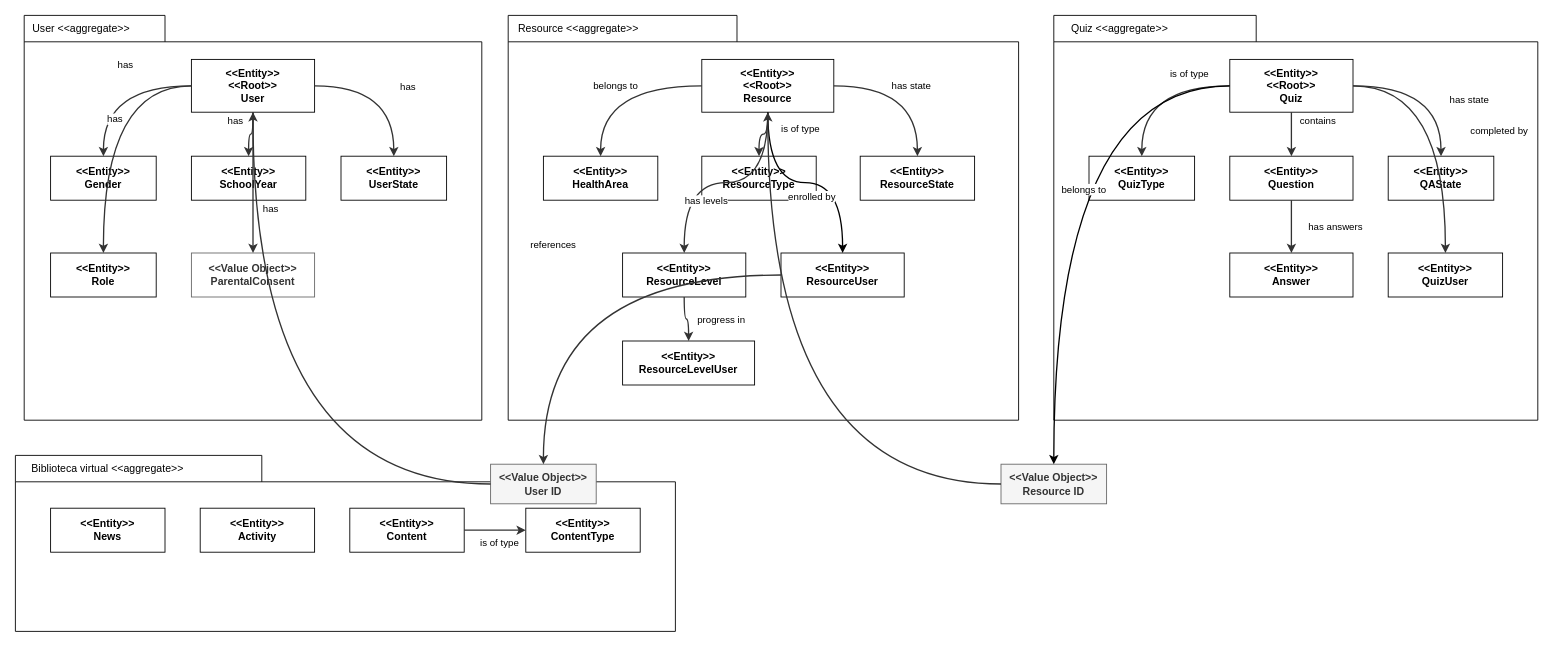
Before: docs/diagramas/modelo_dominio.drawio in tskxz/ALFAS, a draw.io diagram. Source tidied: cells renumbered, new cells numbered last; positions are measured from the earlier drawing's top-left corner, leaving out a move shared by most shapes. Both pictures are drawn from the tidied source at 88%, with x=0, y=0 at pixel (15, 15).
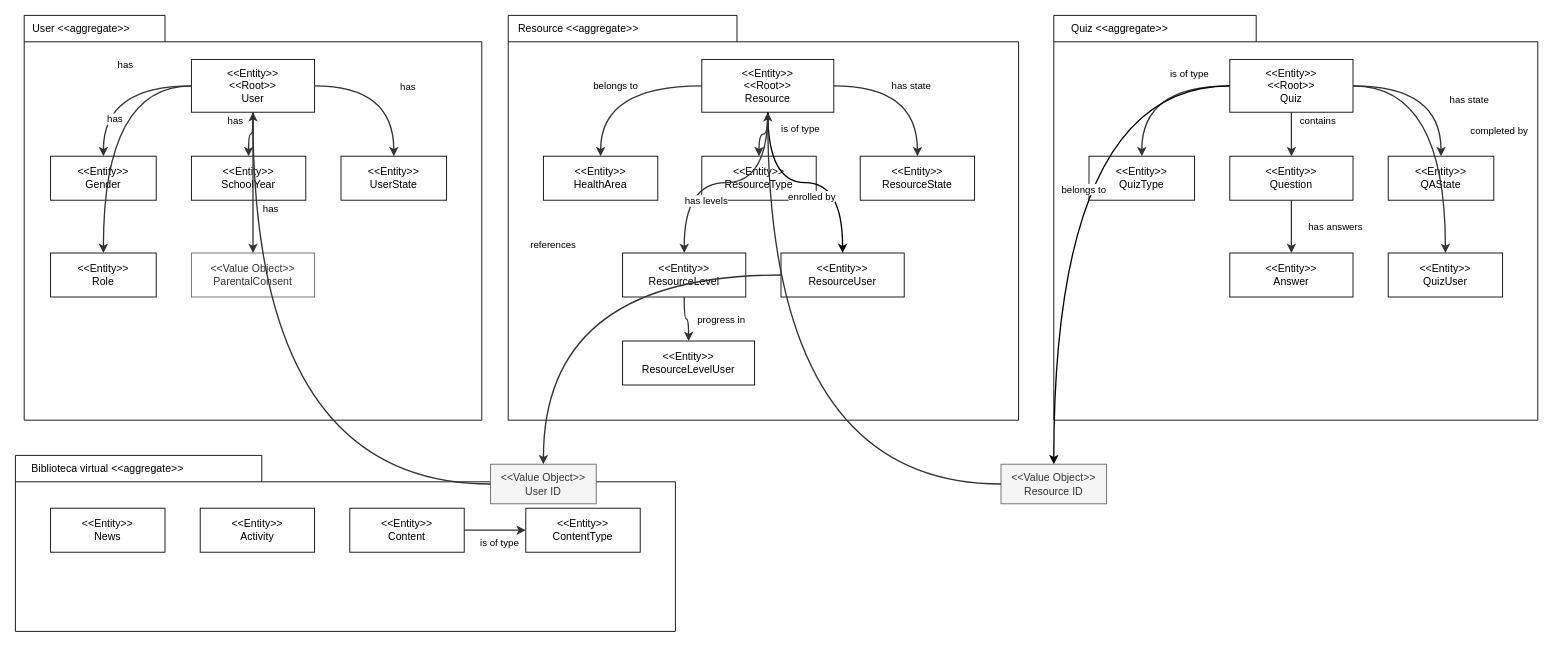
The same page after the edit.

Unchanged cells that the change refers to:
```xml
<mxCell id="2" style="shape=folder;fontStyle=1;tabWidth=160;tabHeight=30;tabPosition=left;html=1;whiteSpace=wrap;verticalAlign=top;align=left;spacingLeft=10;spacingTop=5;fillColor=none;fontColor=light-dark(#FFFFFF,#000000);strokeColor=default;" parent="1" vertex="1">
  <mxGeometry x="10" width="520" height="460" as="geometry" />
</mxCell>
<mxCell id="9" style="shape=folder;fontStyle=1;tabWidth=260;tabHeight=30;tabPosition=left;html=1;whiteSpace=wrap;fillColor=none;strokeColor=default;verticalAlign=top;align=left;spacingLeft=10;spacingTop=5;" parent="1" vertex="1">
  <mxGeometry x="560" width="580" height="460" as="geometry" />
</mxCell>
<mxCell id="17" style="shape=folder;fontStyle=1;tabWidth=230;tabHeight=30;tabPosition=left;html=1;whiteSpace=wrap;fillColor=none;strokeColor=default;verticalAlign=top;align=left;spacingLeft=10;spacingTop=5;" parent="1" vertex="1">
  <mxGeometry x="1180" width="550" height="460" as="geometry" />
</mxCell>
<mxCell id="24" style="shape=folder;fontStyle=1;tabWidth=280;tabHeight=30;tabPosition=left;html=1;whiteSpace=wrap;fillColor=none;strokeColor=default;verticalAlign=top;align=left;spacingLeft=10;spacingTop=5;" parent="1" vertex="1">
  <mxGeometry y="500" width="750" height="200" as="geometry" />
</mxCell>
```

Change to the diagram source:
```diff
@@
-    <mxCell id="3" value="&lt;b&gt;&amp;lt;&amp;lt;Entity&amp;gt;&amp;gt;&lt;br&gt;&amp;lt;&amp;lt;Root&amp;gt;&amp;gt;&lt;/b&gt;&lt;br&gt;&lt;b&gt;User&lt;/b&gt;" style="rounded=0;whiteSpace=wrap;html=1;align=center;verticalAlign=middle;" parent="2" vertex="1">
+    <mxCell id="3" value="&amp;lt;&amp;lt;Entity&amp;gt;&amp;gt;&lt;br&gt;&amp;lt;&amp;lt;Root&amp;gt;&amp;gt;&lt;br&gt;User" style="rounded=0;whiteSpace=wrap;html=1;align=center;verticalAlign=middle;" parent="2" vertex="1">
       <mxGeometry x="190" y="50" width="140" height="60" as="geometry" />
     </mxCell>
-    <mxCell id="4" value="&lt;b&gt;&amp;lt;&amp;lt;Entity&amp;gt;&amp;gt;&lt;/b&gt;&lt;br&gt;&lt;b&gt;Gender&lt;/b&gt;" style="rounded=0;whiteSpace=wrap;html=1;fillColor=default;fontColor=#000000;strokeColor=default;align=center;verticalAlign=middle;" parent="2" vertex="1">
+    <mxCell id="4" value="&amp;lt;&amp;lt;Entity&amp;gt;&amp;gt;&lt;br&gt;Gender" style="rounded=0;whiteSpace=wrap;html=1;fillColor=default;fontColor=#000000;strokeColor=default;align=center;verticalAlign=middle;" parent="2" vertex="1">
       <mxGeometry x="30" y="160" width="120" height="50" as="geometry" />
     </mxCell>
-    <mxCell id="5" value="&lt;b&gt;&amp;lt;&amp;lt;Entity&amp;gt;&amp;gt;&lt;/b&gt;&lt;br&gt;&lt;b&gt;SchoolYear&lt;/b&gt;" style="rounded=0;whiteSpace=wrap;html=1;fillColor=default;fontColor=#000000;strokeColor=default;align=center;verticalAlign=middle;" parent="2" vertex="1">
+    <mxCell id="5" value="&amp;lt;&amp;lt;Entity&amp;gt;&amp;gt;&lt;br&gt;SchoolYear" style="rounded=0;whiteSpace=wrap;html=1;fillColor=default;fontColor=#000000;strokeColor=default;align=center;verticalAlign=middle;" parent="2" vertex="1">
       <mxGeometry x="190" y="160" width="130" height="50" as="geometry" />
     </mxCell>
-    <mxCell id="6" value="&lt;b&gt;&amp;lt;&amp;lt;Entity&amp;gt;&amp;gt;&lt;/b&gt;&lt;br&gt;&lt;b&gt;UserState&lt;/b&gt;" style="rounded=0;whiteSpace=wrap;html=1;fillColor=default;fontColor=#000000;strokeColor=default;align=center;verticalAlign=middle;" parent="2" vertex="1">
+    <mxCell id="6" value="&amp;lt;&amp;lt;Entity&amp;gt;&amp;gt;&lt;br&gt;UserState" style="rounded=0;whiteSpace=wrap;html=1;fillColor=default;fontColor=#000000;strokeColor=default;align=center;verticalAlign=middle;" parent="2" vertex="1">
       <mxGeometry x="360" y="160" width="120" height="50" as="geometry" />
     </mxCell>
-    <mxCell id="7" value="&lt;b&gt;&amp;lt;&amp;lt;Entity&amp;gt;&amp;gt;&lt;/b&gt;&lt;br&gt;&lt;b&gt;Role&lt;/b&gt;" style="rounded=0;whiteSpace=wrap;html=1;fillColor=default;fontColor=#000000;strokeColor=default;align=center;verticalAlign=middle;" parent="2" vertex="1">
+    <mxCell id="7" value="&amp;lt;&amp;lt;Entity&amp;gt;&amp;gt;&lt;br&gt;Role" style="rounded=0;whiteSpace=wrap;html=1;fillColor=default;fontColor=#000000;strokeColor=default;align=center;verticalAlign=middle;" parent="2" vertex="1">
       <mxGeometry x="30" y="270" width="120" height="50" as="geometry" />
     </mxCell>
-    <mxCell id="8" value="&lt;b&gt;&amp;lt;&amp;lt;Value Object&amp;gt;&amp;gt;&lt;/b&gt;&lt;br&gt;&lt;b&gt;ParentalConsent&lt;/b&gt;" style="rounded=0;whiteSpace=wrap;html=1;fillColor=default;fontColor=#333333;strokeColor=#666666;align=center;verticalAlign=middle;" parent="2" vertex="1">
+    <mxCell id="8" value="&amp;lt;&amp;lt;Value Object&amp;gt;&amp;gt;&lt;br&gt;ParentalConsent" style="rounded=0;whiteSpace=wrap;html=1;fillColor=default;fontColor=#333333;strokeColor=#666666;align=center;verticalAlign=middle;" parent="2" vertex="1">
       <mxGeometry x="190" y="270" width="140" height="50" as="geometry" />
     </mxCell>
@@
-    <mxCell id="10" value="&lt;b&gt;&amp;lt;&amp;lt;Entity&amp;gt;&amp;gt;&lt;br&gt;&amp;lt;&amp;lt;Root&amp;gt;&amp;gt;&lt;/b&gt;&lt;br&gt;&lt;b&gt;Resource&lt;/b&gt;" style="rounded=0;whiteSpace=wrap;html=1;align=center;verticalAlign=middle;" parent="9" vertex="1">
+    <mxCell id="10" value="&amp;lt;&amp;lt;Entity&amp;gt;&amp;gt;&lt;br&gt;&amp;lt;&amp;lt;Root&amp;gt;&amp;gt;&lt;br&gt;Resource" style="rounded=0;whiteSpace=wrap;html=1;align=center;verticalAlign=middle;" parent="9" vertex="1">
       <mxGeometry x="220" y="50" width="150" height="60" as="geometry" />
     </mxCell>
-    <mxCell id="11" value="&lt;b&gt;&amp;lt;&amp;lt;Entity&amp;gt;&amp;gt;&lt;/b&gt;&lt;br&gt;&lt;b&gt;HealthArea&lt;/b&gt;" style="rounded=0;whiteSpace=wrap;html=1;align=center;verticalAlign=middle;fillColor=default;" parent="9" vertex="1">
+    <mxCell id="11" value="&amp;lt;&amp;lt;Entity&amp;gt;&amp;gt;&lt;br&gt;HealthArea" style="rounded=0;whiteSpace=wrap;html=1;align=center;verticalAlign=middle;fillColor=default;" parent="9" vertex="1">
       <mxGeometry x="40" y="160" width="130" height="50" as="geometry" />
     </mxCell>
-    <mxCell id="12" value="&lt;b&gt;&amp;lt;&amp;lt;Entity&amp;gt;&amp;gt;&lt;/b&gt;&lt;br&gt;&lt;b&gt;ResourceType&lt;/b&gt;" style="rounded=0;whiteSpace=wrap;html=1;fillColor=default;fontColor=#000000;strokeColor=default;align=center;verticalAlign=middle;" parent="9" vertex="1">
+    <mxCell id="12" value="&amp;lt;&amp;lt;Entity&amp;gt;&amp;gt;&lt;br&gt;ResourceType" style="rounded=0;whiteSpace=wrap;html=1;fillColor=default;fontColor=#000000;strokeColor=default;align=center;verticalAlign=middle;" parent="9" vertex="1">
       <mxGeometry x="220" y="160" width="130" height="50" as="geometry" />
     </mxCell>
-    <mxCell id="13" value="&lt;b&gt;&amp;lt;&amp;lt;Entity&amp;gt;&amp;gt;&lt;/b&gt;&lt;br&gt;&lt;b&gt;ResourceState&lt;/b&gt;" style="rounded=0;whiteSpace=wrap;html=1;fillColor=default;fontColor=#000000;strokeColor=default;align=center;verticalAlign=middle;" parent="9" vertex="1">
+    <mxCell id="13" value="&amp;lt;&amp;lt;Entity&amp;gt;&amp;gt;&lt;br&gt;ResourceState" style="rounded=0;whiteSpace=wrap;html=1;fillColor=default;fontColor=#000000;strokeColor=default;align=center;verticalAlign=middle;" parent="9" vertex="1">
       <mxGeometry x="400" y="160" width="130" height="50" as="geometry" />
     </mxCell>
-    <mxCell id="14" value="&lt;b&gt;&amp;lt;&amp;lt;Entity&amp;gt;&amp;gt;&lt;/b&gt;&lt;br&gt;&lt;b&gt;ResourceLevel&lt;/b&gt;" style="rounded=0;whiteSpace=wrap;html=1;fillColor=default;fontColor=#000000;strokeColor=default;align=center;verticalAlign=middle;" parent="9" vertex="1">
+    <mxCell id="14" value="&amp;lt;&amp;lt;Entity&amp;gt;&amp;gt;&lt;br&gt;ResourceLevel" style="rounded=0;whiteSpace=wrap;html=1;fillColor=default;fontColor=#000000;strokeColor=default;align=center;verticalAlign=middle;" parent="9" vertex="1">
       <mxGeometry x="130" y="270" width="140" height="50" as="geometry" />
     </mxCell>
-    <mxCell id="15" value="&lt;b&gt;&amp;lt;&amp;lt;Entity&amp;gt;&amp;gt;&lt;/b&gt;&lt;br&gt;&lt;b&gt;ResourceUser&lt;/b&gt;" style="rounded=0;whiteSpace=wrap;html=1;fillColor=default;fontColor=#000000;strokeColor=default;align=center;verticalAlign=middle;" parent="9" vertex="1">
+    <mxCell id="15" value="&amp;lt;&amp;lt;Entity&amp;gt;&amp;gt;&lt;br&gt;ResourceUser" style="rounded=0;whiteSpace=wrap;html=1;fillColor=default;fontColor=#000000;strokeColor=default;align=center;verticalAlign=middle;" parent="9" vertex="1">
       <mxGeometry x="310" y="270" width="140" height="50" as="geometry" />
     </mxCell>
-    <mxCell id="16" value="&lt;b&gt;&amp;lt;&amp;lt;Entity&amp;gt;&amp;gt;&lt;/b&gt;&lt;br&gt;&lt;b&gt;ResourceLevelUser&lt;/b&gt;" style="rounded=0;whiteSpace=wrap;html=1;fillColor=default;fontColor=#000000;strokeColor=default;align=center;verticalAlign=middle;" parent="9" vertex="1">
+    <mxCell id="16" value="&amp;lt;&amp;lt;Entity&amp;gt;&amp;gt;&lt;br&gt;ResourceLevelUser" style="rounded=0;whiteSpace=wrap;html=1;fillColor=default;fontColor=#000000;strokeColor=default;align=center;verticalAlign=middle;" parent="9" vertex="1">
       <mxGeometry x="130" y="370" width="150" height="50" as="geometry" />
     </mxCell>
@@
-    <mxCell id="18" value="&lt;b&gt;&amp;lt;&amp;lt;Entity&amp;gt;&amp;gt;&lt;br&gt;&amp;lt;&amp;lt;Root&amp;gt;&amp;gt;&lt;/b&gt;&lt;br&gt;&lt;b&gt;Quiz&lt;/b&gt;" style="rounded=0;whiteSpace=wrap;html=1;align=center;verticalAlign=middle;" parent="17" vertex="1">
+    <mxCell id="18" value="&amp;lt;&amp;lt;Entity&amp;gt;&amp;gt;&lt;br&gt;&amp;lt;&amp;lt;Root&amp;gt;&amp;gt;&lt;br&gt;Quiz" style="rounded=0;whiteSpace=wrap;html=1;align=center;verticalAlign=middle;" parent="17" vertex="1">
       <mxGeometry x="200" y="50" width="140" height="60" as="geometry" />
     </mxCell>
-    <mxCell id="19" value="&lt;b&gt;&amp;lt;&amp;lt;Entity&amp;gt;&amp;gt;&lt;/b&gt;&lt;br&gt;&lt;b&gt;QuizType&lt;/b&gt;" style="rounded=0;whiteSpace=wrap;html=1;fillColor=default;fontColor=#000000;strokeColor=default;align=center;verticalAlign=middle;" parent="17" vertex="1">
+    <mxCell id="19" value="&amp;lt;&amp;lt;Entity&amp;gt;&amp;gt;&lt;br&gt;QuizType" style="rounded=0;whiteSpace=wrap;html=1;fillColor=default;fontColor=#000000;strokeColor=default;align=center;verticalAlign=middle;" parent="17" vertex="1">
       <mxGeometry x="40" y="160" width="120" height="50" as="geometry" />
     </mxCell>
-    <mxCell id="20" value="&lt;b&gt;&amp;lt;&amp;lt;Entity&amp;gt;&amp;gt;&lt;/b&gt;&lt;br&gt;&lt;b&gt;QAState&lt;/b&gt;" style="rounded=0;whiteSpace=wrap;html=1;fillColor=default;fontColor=#000000;strokeColor=default;align=center;verticalAlign=middle;" parent="17" vertex="1">
+    <mxCell id="20" value="&amp;lt;&amp;lt;Entity&amp;gt;&amp;gt;&lt;br&gt;QAState" style="rounded=0;whiteSpace=wrap;html=1;fillColor=default;fontColor=#000000;strokeColor=default;align=center;verticalAlign=middle;" parent="17" vertex="1">
       <mxGeometry x="380" y="160" width="120" height="50" as="geometry" />
     </mxCell>
-    <mxCell id="21" value="&lt;b&gt;&amp;lt;&amp;lt;Entity&amp;gt;&amp;gt;&lt;/b&gt;&lt;br&gt;&lt;b&gt;Question&lt;/b&gt;" style="rounded=0;whiteSpace=wrap;html=1;fillColor=default;fontColor=#000000;strokeColor=default;align=center;verticalAlign=middle;" parent="17" vertex="1">
+    <mxCell id="21" value="&amp;lt;&amp;lt;Entity&amp;gt;&amp;gt;&lt;br&gt;Question" style="rounded=0;whiteSpace=wrap;html=1;fillColor=default;fontColor=#000000;strokeColor=default;align=center;verticalAlign=middle;" parent="17" vertex="1">
       <mxGeometry x="200" y="160" width="140" height="50" as="geometry" />
     </mxCell>
-    <mxCell id="22" value="&lt;b&gt;&amp;lt;&amp;lt;Entity&amp;gt;&amp;gt;&lt;/b&gt;&lt;br&gt;&lt;b&gt;Answer&lt;/b&gt;" style="rounded=0;whiteSpace=wrap;html=1;fillColor=default;fontColor=#000000;strokeColor=default;align=center;verticalAlign=middle;" parent="17" vertex="1">
+    <mxCell id="22" value="&amp;lt;&amp;lt;Entity&amp;gt;&amp;gt;&lt;br&gt;Answer" style="rounded=0;whiteSpace=wrap;html=1;fillColor=default;fontColor=#000000;strokeColor=default;align=center;verticalAlign=middle;" parent="17" vertex="1">
       <mxGeometry x="200" y="270" width="140" height="50" as="geometry" />
     </mxCell>
-    <mxCell id="23" value="&lt;b&gt;&amp;lt;&amp;lt;Entity&amp;gt;&amp;gt;&lt;/b&gt;&lt;br&gt;&lt;b&gt;QuizUser&lt;/b&gt;" style="rounded=0;whiteSpace=wrap;html=1;fillColor=default;fontColor=#000000;strokeColor=default;align=center;verticalAlign=middle;" parent="17" vertex="1">
+    <mxCell id="23" value="&amp;lt;&amp;lt;Entity&amp;gt;&amp;gt;&lt;br&gt;QuizUser" style="rounded=0;whiteSpace=wrap;html=1;fillColor=default;fontColor=#000000;strokeColor=default;align=center;verticalAlign=middle;" parent="17" vertex="1">
       <mxGeometry x="380" y="270" width="130" height="50" as="geometry" />
     </mxCell>
@@
-    <mxCell id="25" value="&lt;b&gt;&amp;lt;&amp;lt;Entity&amp;gt;&amp;gt;&lt;/b&gt;&lt;br&gt;&lt;b&gt;News&lt;/b&gt;" style="rounded=0;whiteSpace=wrap;html=1;fillColor=none;fontColor=#000000;strokeColor=default;align=center;verticalAlign=middle;" parent="24" vertex="1">
+    <mxCell id="25" value="&amp;lt;&amp;lt;Entity&amp;gt;&amp;gt;&lt;br&gt;News" style="rounded=0;whiteSpace=wrap;html=1;fillColor=none;fontColor=#000000;strokeColor=default;align=center;verticalAlign=middle;" parent="24" vertex="1">
       <mxGeometry x="40" y="60" width="130" height="50" as="geometry" />
     </mxCell>
-    <mxCell id="26" value="&lt;b&gt;&amp;lt;&amp;lt;Entity&amp;gt;&amp;gt;&lt;/b&gt;&lt;br&gt;&lt;b&gt;Activity&lt;/b&gt;" style="rounded=0;whiteSpace=wrap;html=1;fillColor=none;fontColor=#000000;strokeColor=default;align=center;verticalAlign=middle;" parent="24" vertex="1">
+    <mxCell id="26" value="&amp;lt;&amp;lt;Entity&amp;gt;&amp;gt;&lt;br&gt;Activity" style="rounded=0;whiteSpace=wrap;html=1;fillColor=none;fontColor=#000000;strokeColor=default;align=center;verticalAlign=middle;" parent="24" vertex="1">
       <mxGeometry x="210" y="60" width="130" height="50" as="geometry" />
     </mxCell>
-    <mxCell id="27" value="&lt;b&gt;&amp;lt;&amp;lt;Entity&amp;gt;&amp;gt;&lt;/b&gt;&lt;br&gt;&lt;b&gt;Content&lt;/b&gt;" style="rounded=0;whiteSpace=wrap;html=1;fillColor=none;fontColor=#000000;strokeColor=default;align=center;verticalAlign=middle;" parent="24" vertex="1">
+    <mxCell id="27" value="&amp;lt;&amp;lt;Entity&amp;gt;&amp;gt;&lt;br&gt;Content" style="rounded=0;whiteSpace=wrap;html=1;fillColor=none;fontColor=#000000;strokeColor=default;align=center;verticalAlign=middle;" parent="24" vertex="1">
       <mxGeometry x="380" y="60" width="130" height="50" as="geometry" />
     </mxCell>
-    <mxCell id="28" value="&lt;b&gt;&amp;lt;&amp;lt;Entity&amp;gt;&amp;gt;&lt;/b&gt;&lt;br&gt;&lt;b&gt;ContentType&lt;/b&gt;" style="rounded=0;whiteSpace=wrap;html=1;fillColor=none;fontColor=#000000;strokeColor=default;align=center;verticalAlign=middle;" parent="24" vertex="1">
+    <mxCell id="28" value="&amp;lt;&amp;lt;Entity&amp;gt;&amp;gt;&lt;br&gt;ContentType" style="rounded=0;whiteSpace=wrap;html=1;fillColor=none;fontColor=#000000;strokeColor=default;align=center;verticalAlign=middle;" parent="24" vertex="1">
       <mxGeometry x="580" y="60" width="130" height="50" as="geometry" />
     </mxCell>
@@
-    <mxCell id="30" value="&lt;b&gt;&amp;lt;&amp;lt;Value Object&amp;gt;&amp;gt;&lt;/b&gt;&lt;br&gt;&lt;b&gt;User ID&lt;/b&gt;" style="rounded=0;whiteSpace=wrap;html=1;fillColor=#f5f5f5;fontColor=#333333;strokeColor=#666666;align=center;verticalAlign=middle;" parent="1" vertex="1">
+    <mxCell id="30" value="&amp;lt;&amp;lt;Value Object&amp;gt;&amp;gt;&lt;br&gt;User ID" style="rounded=0;whiteSpace=wrap;html=1;fillColor=#f5f5f5;fontColor=#333333;strokeColor=#666666;align=center;verticalAlign=middle;" parent="1" vertex="1">
       <mxGeometry x="540" y="510" width="120" height="45" as="geometry" />
     </mxCell>
-    <mxCell id="31" value="&lt;b&gt;&amp;lt;&amp;lt;Value Object&amp;gt;&amp;gt;&lt;/b&gt;&lt;br&gt;&lt;b&gt;Resource ID&lt;/b&gt;" style="rounded=0;whiteSpace=wrap;html=1;fillColor=#f5f5f5;fontColor=#333333;strokeColor=#666666;align=center;verticalAlign=middle;" parent="1" vertex="1">
+    <mxCell id="31" value="&amp;lt;&amp;lt;Value Object&amp;gt;&amp;gt;&lt;br&gt;Resource ID" style="rounded=0;whiteSpace=wrap;html=1;fillColor=#f5f5f5;fontColor=#333333;strokeColor=#666666;align=center;verticalAlign=middle;" parent="1" vertex="1">
       <mxGeometry x="1120" y="510" width="120" height="45" as="geometry" />
     </mxCell>
```
